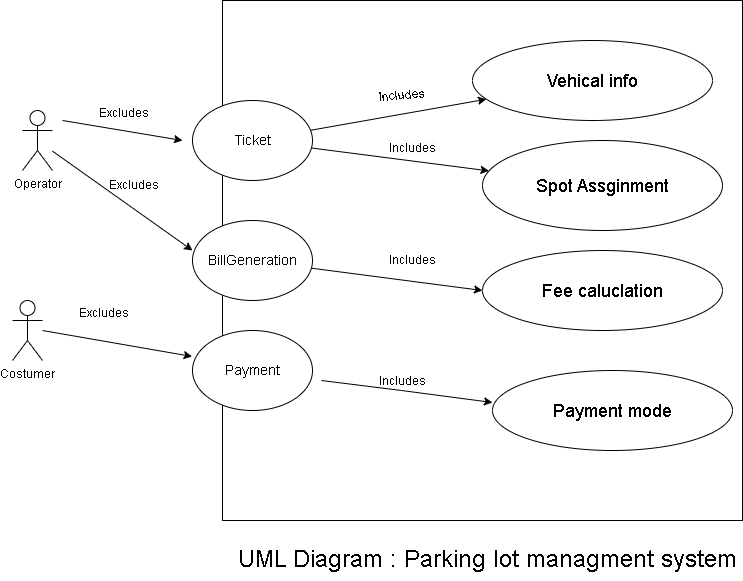
Earlier version of the draw.io export useCase Parking lot mechanism.drawio.png (akashsin63/Parkinglot-System). Source tidied: cells renumbered, new cells last; positions are measured from the earlier drawing's top-left corner, leaving out a move shared by most shapes. Its diagram source:
```xml
<mxGraphModel>
  <root>
    <mxCell id="0" />
    <mxCell id="1" parent="0" />
    <mxCell id="2" style="whiteSpace=wrap;html=1;" parent="1" vertex="1">
      <mxGeometry x="210" width="520" height="520" as="geometry" />
    </mxCell>
    <mxCell id="3" value="&lt;font style=&quot;font-size: 14px;&quot;&gt;Ticket&lt;/font&gt;" style="ellipse;whiteSpace=wrap;html=1;" parent="1" vertex="1">
      <mxGeometry x="180" y="100" width="120" height="80" as="geometry" />
    </mxCell>
    <mxCell id="4" value="&lt;font style=&quot;font-size: 14px;&quot;&gt;BillGeneration&lt;/font&gt;" style="ellipse;whiteSpace=wrap;html=1;" parent="1" vertex="1">
      <mxGeometry x="180" y="220" width="120" height="80" as="geometry" />
    </mxCell>
    <mxCell id="5" value="&lt;font style=&quot;font-size: 14px;&quot;&gt;Payment&lt;/font&gt;" style="ellipse;whiteSpace=wrap;html=1;" parent="1" vertex="1">
      <mxGeometry x="180" y="330" width="120" height="80" as="geometry" />
    </mxCell>
    <mxCell id="6" value="&lt;font style=&quot;font-size: 18px;&quot;&gt;Spot Assginment&lt;/font&gt;" style="ellipse;whiteSpace=wrap;html=1;" parent="1" vertex="1">
      <mxGeometry x="470" y="140" width="240" height="90" as="geometry" />
    </mxCell>
    <mxCell id="7" value="&lt;font style=&quot;font-size: 18px;&quot;&gt;Vehical info&lt;/font&gt;" style="ellipse;whiteSpace=wrap;html=1;" parent="1" vertex="1">
      <mxGeometry x="460" y="40" width="240" height="80" as="geometry" />
    </mxCell>
    <mxCell id="8" value="&lt;font style=&quot;font-size: 18px;&quot;&gt;Fee caluclation&lt;/font&gt;" style="ellipse;whiteSpace=wrap;html=1;" parent="1" vertex="1">
      <mxGeometry x="470" y="250" width="240" height="80" as="geometry" />
    </mxCell>
    <mxCell id="9" value="&lt;font style=&quot;font-size: 18px;&quot;&gt;Payment mode&lt;/font&gt;" style="ellipse;whiteSpace=wrap;html=1;" parent="1" vertex="1">
      <mxGeometry x="480" y="370" width="240" height="80" as="geometry" />
    </mxCell>
    <mxCell id="10" style="endArrow=classic;html=1;rounded=0;" parent="1" edge="1" source="3" target="7">
      <mxGeometry relative="1" as="geometry" />
    </mxCell>
    <mxCell id="11" style="endArrow=classic;html=1;rounded=0;" parent="1" edge="1" source="3" target="6">
      <mxGeometry relative="1" as="geometry" />
    </mxCell>
    <mxCell id="12" value="Includes" style="text;html=1;align=center;verticalAlign=middle;whiteSpace=wrap;rounded=0;rotation=-5;" parent="1" vertex="1">
      <mxGeometry x="360" y="80" width="60" height="30" as="geometry" />
    </mxCell>
    <mxCell id="13" value="&#10;&lt;span style=&quot;color: rgb(0, 0, 0); font-family: Helvetica; font-size: 12px; font-style: normal; font-variant-ligatures: normal; font-variant-caps: normal; font-weight: 400; letter-spacing: normal; orphans: 2; text-align: center; text-indent: 0px; text-transform: none; white-space: normal; widows: 2; word-spacing: 0px; -webkit-text-stroke-width: 0px; background-color: rgb(251, 251, 251); text-decoration-thickness: initial; text-decoration-style: initial; text-decoration-color: initial; display: inline !important; float: none;&quot;&gt;Includes&lt;/span&gt;&#10;&#10;" style="text;html=1;align=center;verticalAlign=middle;whiteSpace=wrap;rounded=0;" parent="1" vertex="1">
      <mxGeometry x="370" y="140" width="60" height="30" as="geometry" />
    </mxCell>
    <mxCell id="14" style="endArrow=classic;html=1;rounded=0;entryX=0;entryY=0.5;entryDx=0;entryDy=0;" parent="1" edge="1" source="4" target="8">
      <mxGeometry relative="1" as="geometry" />
    </mxCell>
    <mxCell id="15" style="endArrow=classic;html=1;rounded=0;entryX=0;entryY=0.5;entryDx=0;entryDy=0;" parent="1" edge="1">
      <mxGeometry relative="1" as="geometry">
        <mxPoint x="309" y="380" as="sourcePoint" />
        <mxPoint x="480" y="402" as="targetPoint" />
        <Array as="points">
          <mxPoint x="389" y="390" />
        </Array>
      </mxGeometry>
    </mxCell>
    <mxCell id="16" value="Includes" style="text;html=1;align=center;verticalAlign=middle;whiteSpace=wrap;rounded=0;" parent="1" vertex="1">
      <mxGeometry x="370" y="245" width="60" height="30" as="geometry" />
    </mxCell>
    <mxCell id="17" value="Includes" style="text;html=1;align=center;verticalAlign=middle;whiteSpace=wrap;rounded=0;" parent="1" vertex="1">
      <mxGeometry x="360" y="366" width="60" height="30" as="geometry" />
    </mxCell>
    <mxCell id="18" value="Operator" style="shape=umlActor;verticalLabelPosition=bottom;verticalAlign=top;html=1;outlineConnect=0;" parent="1" vertex="1">
      <mxGeometry x="10" y="110" width="30" height="60" as="geometry" />
    </mxCell>
    <mxCell id="19" value="Costumer" style="shape=umlActor;verticalLabelPosition=bottom;verticalAlign=top;html=1;" parent="1" vertex="1">
      <mxGeometry y="300" width="30" height="60" as="geometry" />
    </mxCell>
    <mxCell id="20" style="endArrow=classic;html=1;rounded=0;" parent="1" edge="1" source="18">
      <mxGeometry relative="1" as="geometry">
        <mxPoint x="180" y="250" as="targetPoint" />
      </mxGeometry>
    </mxCell>
    <mxCell id="21" style="endArrow=classic;html=1;rounded=0;entryX=-0.003;entryY=0.325;entryDx=0;entryDy=0;entryPerimeter=0;" parent="1" edge="1" target="5">
      <mxGeometry relative="1" as="geometry">
        <mxPoint x="30" y="330" as="sourcePoint" />
      </mxGeometry>
    </mxCell>
    <mxCell id="22" style="endArrow=classic;html=1;rounded=0;" parent="1" edge="1">
      <mxGeometry relative="1" as="geometry">
        <mxPoint x="50" y="120" as="sourcePoint" />
        <mxPoint x="170" y="140" as="targetPoint" />
      </mxGeometry>
    </mxCell>
    <mxCell id="23" value="Excludes" style="text;html=1;align=center;verticalAlign=middle;strokeColor=none;fillColor=none;" parent="1" vertex="1">
      <mxGeometry x="76" y="98" width="70" height="30" as="geometry" />
    </mxCell>
    <mxCell id="24" value="Excludes" style="text;html=1;align=center;verticalAlign=middle;strokeColor=none;fillColor=none;" parent="1" vertex="1">
      <mxGeometry x="86" y="170" width="70" height="30" as="geometry" />
    </mxCell>
    <mxCell id="25" value="Excludes" style="text;html=1;align=center;verticalAlign=middle;strokeColor=none;fillColor=none;" parent="1" vertex="1">
      <mxGeometry x="56" y="298" width="70" height="30" as="geometry" />
    </mxCell>
    <mxCell id="26" value="&lt;font style=&quot;font-size: 24px;&quot;&gt;UML Diagram : Parking lot managment system&lt;/font&gt;" style="text;html=1;align=center;verticalAlign=middle;strokeColor=none;fillColor=none;" parent="1" vertex="1">
      <mxGeometry x="220" y="540" width="510" height="40" as="geometry" />
    </mxCell>
  </root>
</mxGraphModel>
```
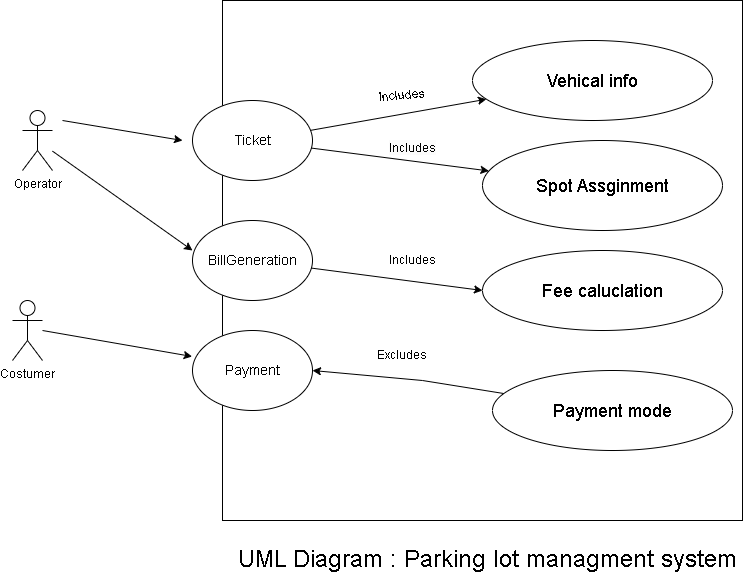
After the change.

Commit message:
correction in Usecase Diagram

Diff of the diagram source:
```diff
@@ -41,21 +41,16 @@
     <mxCell id="14" style="endArrow=classic;html=1;rounded=0;entryX=0;entryY=0.5;entryDx=0;entryDy=0;" parent="1" edge="1" source="4" target="8">
       <mxGeometry relative="1" as="geometry" />
     </mxCell>
-    <mxCell id="15" style="endArrow=classic;html=1;rounded=0;entryX=0;entryY=0.5;entryDx=0;entryDy=0;" parent="1" edge="1">
+    <mxCell id="15" style="endArrow=classic;html=1;rounded=0;entryX=1;entryY=0.5;entryDx=0;entryDy=0;" parent="1" edge="1" source="9" target="5">
       <mxGeometry relative="1" as="geometry">
-        <mxPoint x="309" y="380" as="sourcePoint" />
-        <mxPoint x="480" y="402" as="targetPoint" />
         <Array as="points">
-          <mxPoint x="389" y="390" />
+          <mxPoint x="410" y="380" />
         </Array>
       </mxGeometry>
     </mxCell>
     <mxCell id="16" value="Includes" style="text;html=1;align=center;verticalAlign=middle;whiteSpace=wrap;rounded=0;" parent="1" vertex="1">
       <mxGeometry x="370" y="245" width="60" height="30" as="geometry" />
     </mxCell>
-    <mxCell id="17" value="Includes" style="text;html=1;align=center;verticalAlign=middle;whiteSpace=wrap;rounded=0;" parent="1" vertex="1">
-      <mxGeometry x="360" y="366" width="60" height="30" as="geometry" />
-    </mxCell>
     <mxCell id="18" value="Operator" style="shape=umlActor;verticalLabelPosition=bottom;verticalAlign=top;html=1;outlineConnect=0;" parent="1" vertex="1">
       <mxGeometry x="10" y="110" width="30" height="60" as="geometry" />
     </mxCell>
@@ -78,17 +73,11 @@
         <mxPoint x="170" y="140" as="targetPoint" />
       </mxGeometry>
     </mxCell>
-    <mxCell id="23" value="Excludes" style="text;html=1;align=center;verticalAlign=middle;strokeColor=none;fillColor=none;" parent="1" vertex="1">
-      <mxGeometry x="76" y="98" width="70" height="30" as="geometry" />
-    </mxCell>
-    <mxCell id="24" value="Excludes" style="text;html=1;align=center;verticalAlign=middle;strokeColor=none;fillColor=none;" parent="1" vertex="1">
-      <mxGeometry x="86" y="170" width="70" height="30" as="geometry" />
-    </mxCell>
-    <mxCell id="25" value="Excludes" style="text;html=1;align=center;verticalAlign=middle;strokeColor=none;fillColor=none;" parent="1" vertex="1">
-      <mxGeometry x="56" y="298" width="70" height="30" as="geometry" />
-    </mxCell>
     <mxCell id="26" value="&lt;font style=&quot;font-size: 24px;&quot;&gt;UML Diagram : Parking lot managment system&lt;/font&gt;" style="text;html=1;align=center;verticalAlign=middle;strokeColor=none;fillColor=none;" parent="1" vertex="1">
       <mxGeometry x="220" y="540" width="510" height="40" as="geometry" />
     </mxCell>
+    <mxCell id="27" value="Excludes" style="text;html=1;align=center;verticalAlign=middle;whiteSpace=wrap;rounded=0;" parent="1" vertex="1">
+      <mxGeometry x="360" y="340" width="60" height="30" as="geometry" />
+    </mxCell>
   </root>
 </mxGraphModel>
```
